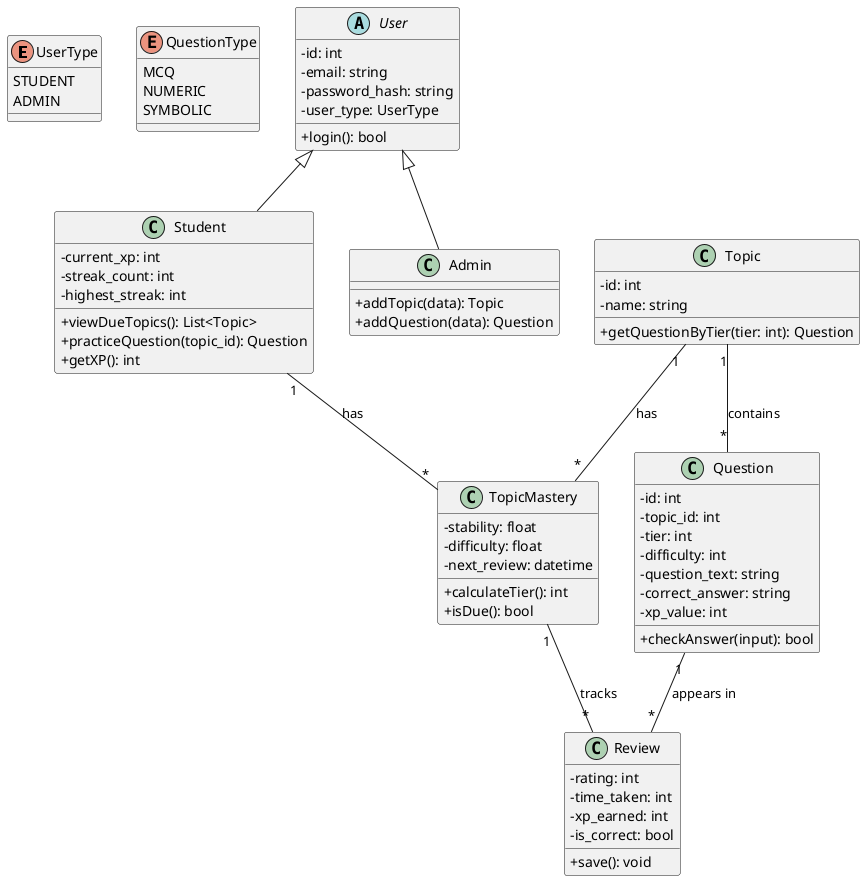
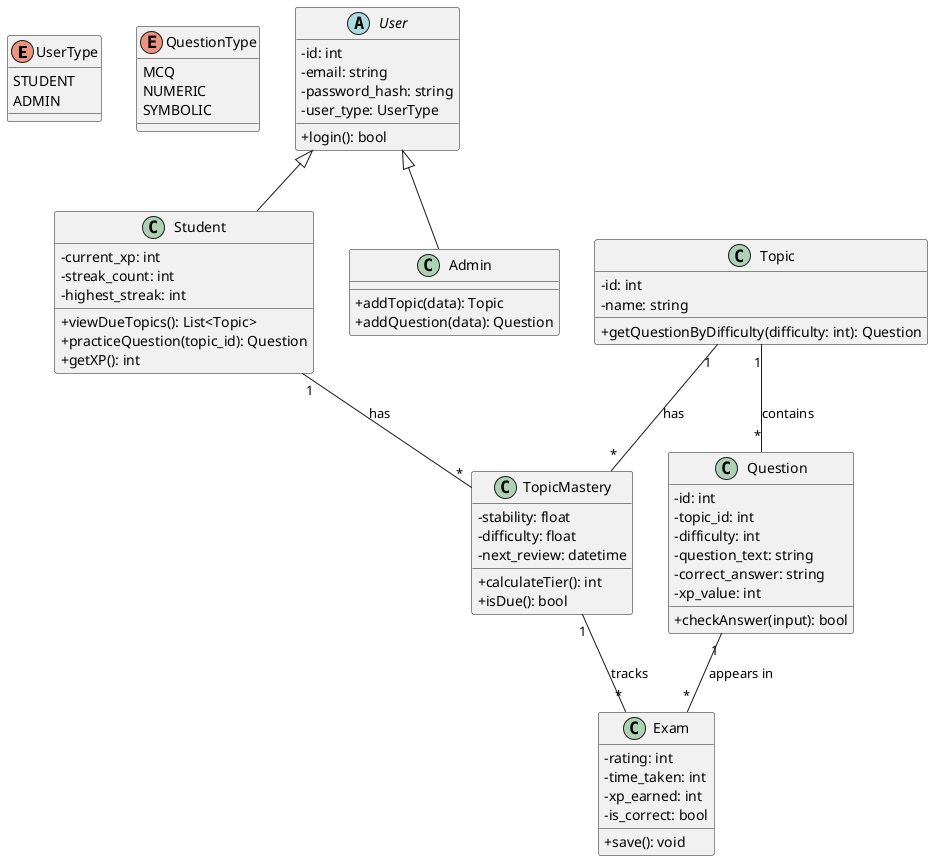
- @startuml
+ @startuml ClassDiagram1
skinparam classAttributeIconSize 0

enum UserType {
  STUDENT
  ADMIN
}

enum QuestionType {
  MCQ
  NUMERIC
  SYMBOLIC
}

abstract class User {
  - id: int
  - email: string
  - password_hash: string
  - user_type: UserType
  + login(): bool
}

class Student {
  - current_xp: int
  - streak_count: int
  - highest_streak: int
  + viewDueTopics(): List<Topic>
  + practiceQuestion(topic_id): Question
  + getXP(): int
}

class Admin {
  + addTopic(data): Topic
  + addQuestion(data): Question
}

class Topic {
  - id: int
  - name: string
-   + getQuestionByTier(tier: int): Question
+   + getQuestionByDifficulty(difficulty: int): Question
}

class Question {
  - id: int
  - topic_id: int
-   - tier: int
  - difficulty: int
  - question_text: string
  - correct_answer: string
  - xp_value: int
  + checkAnswer(input): bool
}

class TopicMastery {
  - stability: float
  - difficulty: float
  - next_review: datetime
  + calculateTier(): int
  + isDue(): bool
}

- class Review {
+ class Exam {
  - rating: int
  - time_taken: int
  - xp_earned: int
  - is_correct: bool
  + save(): void
}

User <|-- Student
User <|-- Admin

Student "1" -- "*" TopicMastery : has
Topic "1" -- "*" TopicMastery : has
Topic "1" -- "*" Question : contains
- TopicMastery "1" -- "*" Review : tracks
- Question "1" -- "*" Review : appears in
+ TopicMastery "1" -- "*" Exam : tracks
+ Question "1" -- "*" Exam : appears in

@enduml